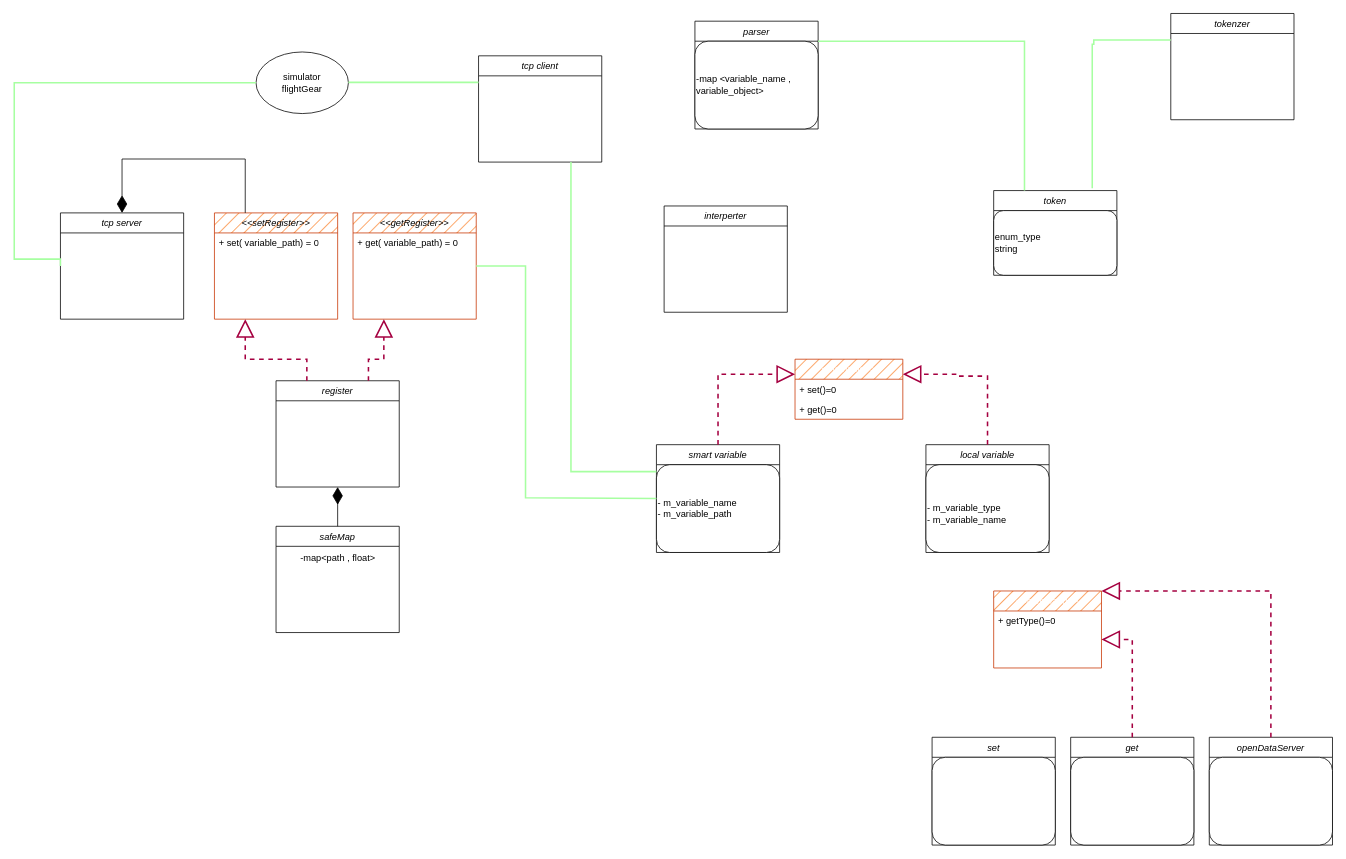
The draw.io diagram UAV_Diagram.drawio in dudi-w/flight-simulator-interpreter, before the edit. Source tidied: cells renumbered, new cells numbered last; positions are measured from the earlier drawing's top-left corner, leaving out a move shared by most shapes. Both pictures are drawn from the tidied source at 77%, with x=0, y=0 at pixel (14, 13).
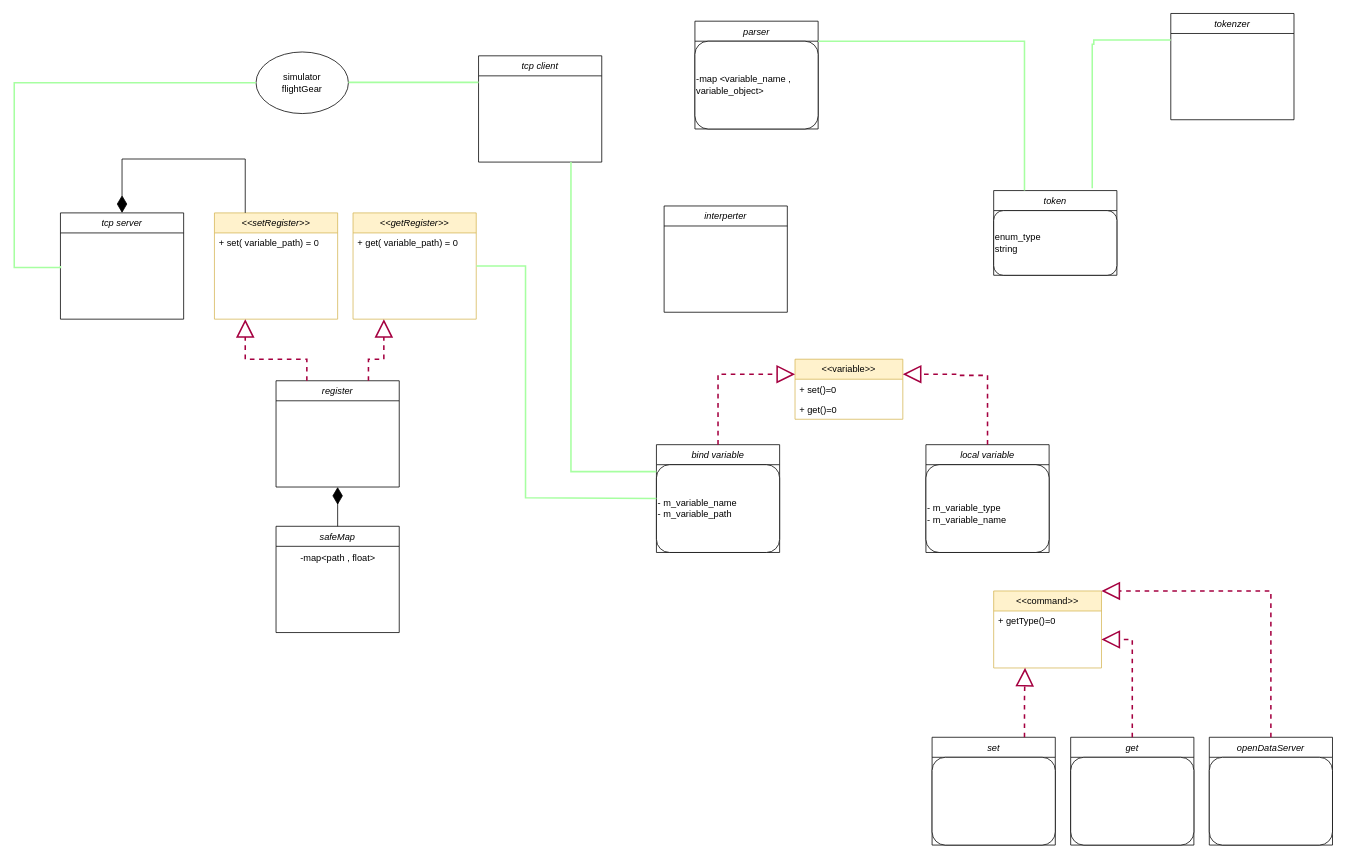
The same diagram, later.

The change refers to these unchanged cells:
```xml
<mxCell id="2" value="tcp server" style="swimlane;fontStyle=2;align=center;verticalAlign=top;horizontal=1;startSize=26;rounded=0;shadow=0;strokeWidth=1;" parent="1" vertex="1">
  <mxGeometry x="60" y="259" width="160" height="138" as="geometry" />
</mxCell>
<mxCell id="14" value="simulator &lt;br&gt;flightGear" style="ellipse;whiteSpace=wrap;html=1;" parent="1" vertex="1">
  <mxGeometry x="314" y="50" width="120" height="80" as="geometry" />
</mxCell>
<mxCell id="26" value="local variable" style="swimlane;fontStyle=2;align=center;verticalAlign=top;horizontal=1;startSize=26;rounded=0;shadow=0;strokeWidth=1;" parent="1" vertex="1">
  <mxGeometry x="1184" y="560" width="160" height="140" as="geometry" />
</mxCell>
<mxCell id="38" value="+ getType()=0" style="text;strokeColor=none;fillColor=none;align=left;verticalAlign=top;spacingLeft=4;spacingRight=4;overflow=hidden;points=[[0,0.5],[1,0.5]];portConstraint=eastwest;whiteSpace=wrap;html=1;" parent="37" vertex="1">
  <mxGeometry y="26" width="140" height="74" as="geometry" />
</mxCell>
<mxCell id="39" value="set" style="swimlane;fontStyle=2;align=center;verticalAlign=top;horizontal=1;startSize=26;rounded=0;shadow=0;strokeWidth=1;" parent="1" vertex="1">
  <mxGeometry x="1192" y="940" width="160" height="140" as="geometry" />
</mxCell>
```

The edit, as a diff of the source:
```diff
@@
-    <mxCell id="3" value="&lt;&lt;setRegister&gt;&gt;" style="swimlane;fontStyle=2;align=center;verticalAlign=top;horizontal=1;startSize=26;rounded=0;shadow=0;strokeWidth=1;fillStyle=hatch;fillColor=#fa6800;fontColor=#000000;strokeColor=#C73500;" parent="1" vertex="1">
+    <mxCell id="3" value="&lt;&lt;setRegister&gt;&gt;" style="swimlane;fontStyle=2;align=center;verticalAlign=top;horizontal=1;startSize=26;rounded=0;shadow=0;strokeWidth=1;fillStyle=auto;fillColor=#fff2cc;strokeColor=#d6b656;" parent="1" vertex="1">
       <mxGeometry x="260" y="259" width="160" height="138" as="geometry" />
     </mxCell>
@@
-    <mxCell id="5" value="&lt;&lt;getRegister&gt;&gt;" style="swimlane;fontStyle=2;align=center;verticalAlign=top;horizontal=1;startSize=26;rounded=0;shadow=0;strokeWidth=1;fillStyle=hatch;fillColor=#fa6800;fontColor=#000000;strokeColor=#C73500;" parent="1" vertex="1">
+    <mxCell id="5" value="&lt;&lt;getRegister&gt;&gt;" style="swimlane;fontStyle=2;align=center;verticalAlign=top;horizontal=1;startSize=26;rounded=0;shadow=0;strokeWidth=1;fillStyle=auto;fillColor=#fff2cc;strokeColor=#d6b656;" parent="1" vertex="1">
       <mxGeometry x="440" y="259" width="160" height="138" as="geometry" />
     </mxCell>
@@
     <mxCell id="15" style="edgeStyle=orthogonalEdgeStyle;rounded=0;jettySize=auto;html=1;labelBackgroundColor=default;strokeColor=#A7FFA1;fontFamily=Helvetica;fontSize=11;fontColor=default;endArrow=none;endFill=0;endSize=20;fillColor=#008a00;targetPerimeterSpacing=19;startSize=17;strokeWidth=2;entryX=0;entryY=0.5;entryDx=0;entryDy=0;exitX=0;exitY=0.5;exitDx=0;exitDy=0;" parent="1" edge="1" source="14" target="2">
       <mxGeometry relative="1" as="geometry">
         <Array as="points">
           <mxPoint y="90" />
-          <mxPoint y="319" />
-          <mxPoint x="60" y="319" />
+          <mxPoint y="330" />
+          <mxPoint x="60" y="330" />
         </Array>
       </mxGeometry>
     </mxCell>
@@
-    <mxCell id="20" value="smart variable" style="swimlane;fontStyle=2;align=center;verticalAlign=top;horizontal=1;startSize=26;rounded=0;shadow=0;strokeWidth=1;" parent="1" vertex="1">
+    <mxCell id="20" value="bind variable" style="swimlane;fontStyle=2;align=center;verticalAlign=top;horizontal=1;startSize=26;rounded=0;shadow=0;strokeWidth=1;" parent="1" vertex="1">
       <mxGeometry x="834" y="560" width="160" height="140" as="geometry" />
     </mxCell>
@@
-    <mxCell id="22" value="&lt;font color=&quot;#ffffff&quot;&gt;&amp;lt;&amp;lt;variable&amp;gt;&amp;gt;&lt;/font&gt;" style="swimlane;fontStyle=0;horizontal=1;startSize=26;fillColor=#fa6800;whiteSpace=wrap;html=1;fontColor=#000000;strokeColor=#C73500;fillStyle=hatch;" parent="1" vertex="1">
+    <mxCell id="22" value="&amp;lt;&amp;lt;variable&amp;gt;&amp;gt;" style="swimlane;fontStyle=0;horizontal=1;startSize=26;fillColor=#fff2cc;whiteSpace=wrap;html=1;strokeColor=#d6b656;fillStyle=auto;" parent="1" vertex="1">
       <mxGeometry x="1014" y="449" width="140" height="78" as="geometry" />
     </mxCell>
@@
     <mxCell id="28" style="edgeStyle=orthogonalEdgeStyle;html=1;labelBackgroundColor=none;startFill=0;endArrow=block;endFill=0;endSize=19;fontFamily=Verdana;fontSize=10;dashed=1;entryX=1;entryY=0.25;entryDx=0;entryDy=0;startSize=9;fillColor=#d80073;strokeColor=#A50040;rounded=0;fontColor=default;shape=connector;strokeWidth=2;exitX=0.5;exitY=0;exitDx=0;exitDy=0;" parent="1" edge="1" source="26" target="22">
       <mxGeometry relative="1" as="geometry">
         <Array as="points">
-          <mxPoint x="1264" y="471" />
-          <mxPoint x="1224" y="471" />
+          <mxPoint x="1264" y="470" />
+          <mxPoint x="1224" y="470" />
+          <mxPoint x="1224" y="468" />
         </Array>
       </mxGeometry>
     </mxCell>
@@
-    <mxCell id="37" value="&lt;font color=&quot;#ffffff&quot;&gt;&amp;lt;&amp;lt;command&amp;gt;&amp;gt;&lt;/font&gt;" style="swimlane;fontStyle=0;horizontal=1;startSize=26;fillColor=#fa6800;whiteSpace=wrap;html=1;fontColor=#000000;strokeColor=#C73500;fillStyle=hatch;" parent="1" vertex="1">
+    <mxCell id="37" value="&amp;lt;&amp;lt;command&amp;gt;&amp;gt;" style="swimlane;fontStyle=0;horizontal=1;startSize=26;fillColor=#fff2cc;whiteSpace=wrap;html=1;strokeColor=#d6b656;fillStyle=auto;" parent="1" vertex="1">
       <mxGeometry x="1272" y="750" width="140" height="100" as="geometry" />
     </mxCell>
@@
+    <mxCell id="47" style="edgeStyle=orthogonalEdgeStyle;html=1;labelBackgroundColor=none;startFill=0;endArrow=block;endFill=0;endSize=19;fontFamily=Verdana;fontSize=10;dashed=1;startSize=9;fillColor=#d80073;strokeColor=#A50040;rounded=0;fontColor=default;shape=connector;strokeWidth=2;exitX=0.75;exitY=0;exitDx=0;exitDy=0;entryX=0.291;entryY=0.998;entryDx=0;entryDy=0;entryPerimeter=0;" parent="1" edge="1" source="39" target="38">
+      <mxGeometry relative="1" as="geometry">
+        <Array as="points">
+          <mxPoint x="1312" y="890" />
+        </Array>
+      </mxGeometry>
+    </mxCell>
```
